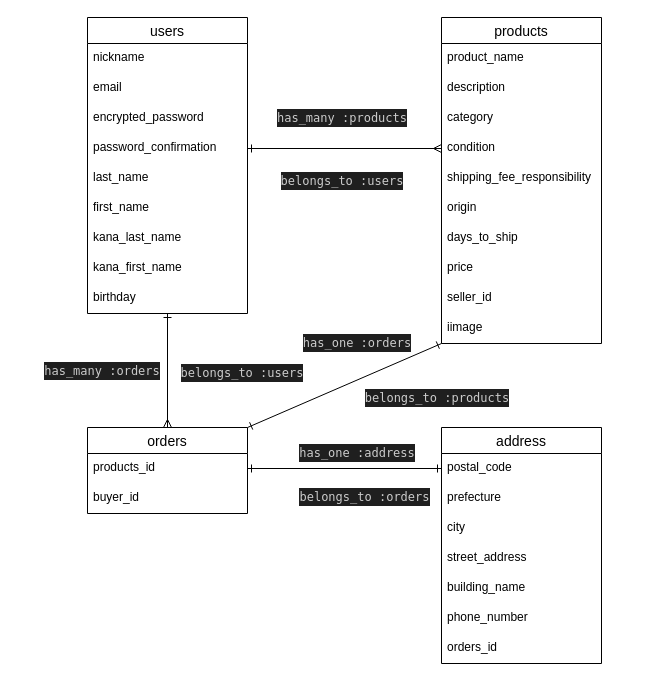
This is furima.dio from aaoaao0205/furima-39625, a draw.io file, before an edit. Source tidied: cells renumbered, new cells numbered last; positions are measured from the earlier drawing's top-left corner, leaving out a move shared by most shapes. Both pictures are drawn from the tidied source at 100%, with x=0, y=0 at pixel (17, 17).
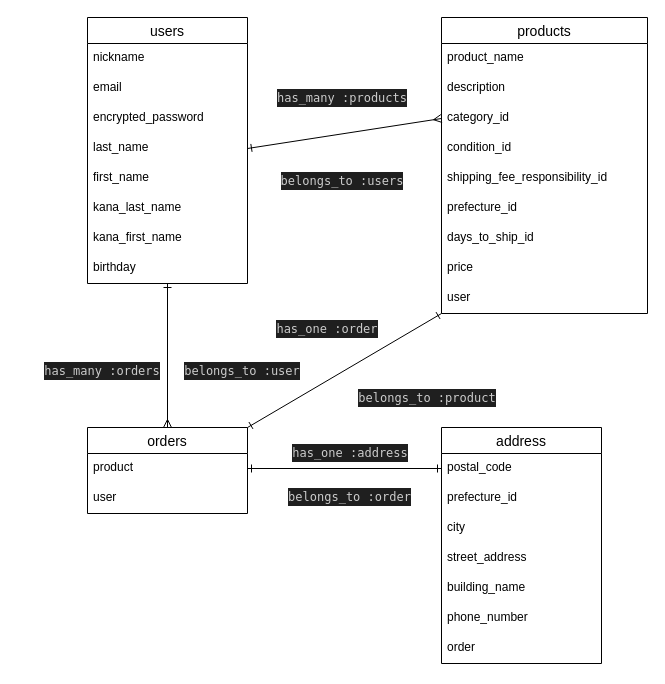
The same diagram, later.

The change refers to these unchanged cells:
```xml
<mxCell id="24" value="orders" style="swimlane;fontStyle=0;horizontal=1;startSize=26;align=center;fontSize=14;" parent="1" vertex="1">
  <mxGeometry x="70" y="410" width="160" height="86" as="geometry" />
</mxCell>
<mxCell id="30" value="address" style="swimlane;fontStyle=0;horizontal=1;startSize=26;align=center;fontSize=14;" parent="1" vertex="1">
  <mxGeometry x="424" y="410" width="160" height="236" as="geometry" />
</mxCell>
```

Diff of the diagram source:
```diff
@@
     <mxCell id="2" value="users" style="swimlane;fontStyle=0;horizontal=1;startSize=26;align=center;fontSize=14;" parent="1" vertex="1">
-      <mxGeometry x="70" width="160" height="296" as="geometry" />
+      <mxGeometry x="70" width="160" height="266" as="geometry" />
     </mxCell>
@@
-    <mxCell id="6" value="password_confirmation" style="text;strokeColor=none;fillColor=none;spacingLeft=4;spacingRight=4;overflow=hidden;points=[[0,0.5],[1,0.5]];portConstraint=eastwest;fontSize=12;" parent="2" vertex="1">
-      <mxGeometry y="116" width="160" height="30" as="geometry" />
-    </mxCell>
     <mxCell id="7" value="last_name" style="text;strokeColor=none;fillColor=none;spacingLeft=4;spacingRight=4;overflow=hidden;fontSize=12;" parent="2" vertex="1">
-      <mxGeometry y="146" width="160" height="30" as="geometry" />
+      <mxGeometry y="116" width="160" height="30" as="geometry" />
     </mxCell>
     <mxCell id="8" value="first_name" style="text;strokeColor=none;fillColor=none;spacingLeft=4;spacingRight=4;overflow=hidden;fontSize=12;" parent="2" vertex="1">
-      <mxGeometry y="176" width="160" height="30" as="geometry" />
+      <mxGeometry y="146" width="160" height="30" as="geometry" />
     </mxCell>
     <mxCell id="9" value="kana_last_name" style="text;strokeColor=none;fillColor=none;spacingLeft=4;spacingRight=4;overflow=hidden;fontSize=12;" parent="2" vertex="1">
-      <mxGeometry y="206" width="160" height="30" as="geometry" />
+      <mxGeometry y="176" width="160" height="30" as="geometry" />
     </mxCell>
     <mxCell id="10" value="kana_first_name&#10;&#10;" style="text;strokeColor=none;fillColor=none;spacingLeft=4;spacingRight=4;overflow=hidden;fontSize=12;" parent="2" vertex="1">
-      <mxGeometry y="236" width="160" height="30" as="geometry" />
+      <mxGeometry y="206" width="160" height="30" as="geometry" />
     </mxCell>
     <mxCell id="11" value="birthday" style="text;strokeColor=none;fillColor=none;spacingLeft=4;spacingRight=4;overflow=hidden;points=[[0,0.5],[1,0.5]];portConstraint=eastwest;fontSize=12;" parent="2" vertex="1">
-      <mxGeometry y="266" width="160" height="30" as="geometry" />
+      <mxGeometry y="236" width="160" height="30" as="geometry" />
     </mxCell>
     <mxCell id="12" value="products" style="swimlane;fontStyle=0;horizontal=1;startSize=26;align=center;fontSize=14;" parent="1" vertex="1">
-      <mxGeometry x="424" width="160" height="326" as="geometry" />
+      <mxGeometry x="424" width="206" height="296" as="geometry" />
     </mxCell>
     <mxCell id="13" value="product_name" style="text;strokeColor=none;fillColor=none;spacingLeft=4;spacingRight=4;overflow=hidden;fontSize=12;" parent="12" vertex="1">
-      <mxGeometry y="26" width="160" height="30" as="geometry" />
+      <mxGeometry y="26" width="206" height="30" as="geometry" />
     </mxCell>
     <mxCell id="14" value="description" style="text;strokeColor=none;fillColor=none;spacingLeft=4;spacingRight=4;overflow=hidden;fontSize=12;" parent="12" vertex="1">
-      <mxGeometry y="56" width="160" height="30" as="geometry" />
+      <mxGeometry y="56" width="206" height="30" as="geometry" />
     </mxCell>
-    <mxCell id="15" value="category" style="text;strokeColor=none;fillColor=none;spacingLeft=4;spacingRight=4;overflow=hidden;fontSize=12;" parent="12" vertex="1">
-      <mxGeometry y="86" width="160" height="30" as="geometry" />
-    </mxCell>
-    <mxCell id="16" value="condition" style="text;strokeColor=none;fillColor=none;spacingLeft=4;spacingRight=4;overflow=hidden;points=[[0,0.5],[1,0.5]];portConstraint=eastwest;fontSize=12;" parent="12" vertex="1">
-      <mxGeometry y="116" width="160" height="30" as="geometry" />
+    <mxCell id="16" value="category_id" style="text;strokeColor=none;fillColor=none;spacingLeft=4;spacingRight=4;overflow=hidden;points=[[0,0.5],[1,0.5]];portConstraint=eastwest;fontSize=12;" parent="12" vertex="1">
+      <mxGeometry y="86" width="206" height="30" as="geometry" />
     </mxCell>
+    <mxCell id="46" value="condition_id" style="text;strokeColor=none;fillColor=none;spacingLeft=4;spacingRight=4;overflow=hidden;fontSize=12;" parent="12" vertex="1">
+      <mxGeometry y="116" width="206" height="30" as="geometry" />
+    </mxCell>
-    <mxCell id="17" value="shipping_fee_responsibility" style="text;strokeColor=none;fillColor=none;spacingLeft=4;spacingRight=4;overflow=hidden;fontSize=12;" parent="12" vertex="1">
-      <mxGeometry y="146" width="160" height="30" as="geometry" />
+    <mxCell id="17" value="shipping_fee_responsibility_id" style="text;strokeColor=none;fillColor=none;spacingLeft=4;spacingRight=4;overflow=hidden;fontSize=12;" parent="12" vertex="1">
+      <mxGeometry y="146" width="206" height="30" as="geometry" />
     </mxCell>
-    <mxCell id="18" value="origin" style="text;strokeColor=none;fillColor=none;spacingLeft=4;spacingRight=4;overflow=hidden;fontSize=12;" parent="12" vertex="1">
-      <mxGeometry y="176" width="160" height="30" as="geometry" />
+    <mxCell id="18" value="prefecture_id" style="text;strokeColor=none;fillColor=none;spacingLeft=4;spacingRight=4;overflow=hidden;fontSize=12;" parent="12" vertex="1">
+      <mxGeometry y="176" width="206" height="30" as="geometry" />
     </mxCell>
-    <mxCell id="19" value="days_to_ship" style="text;strokeColor=none;fillColor=none;spacingLeft=4;spacingRight=4;overflow=hidden;fontSize=12;" parent="12" vertex="1">
-      <mxGeometry y="206" width="160" height="30" as="geometry" />
+    <mxCell id="19" value="days_to_ship_id" style="text;strokeColor=none;fillColor=none;spacingLeft=4;spacingRight=4;overflow=hidden;fontSize=12;" parent="12" vertex="1">
+      <mxGeometry y="206" width="206" height="30" as="geometry" />
     </mxCell>
     <mxCell id="20" value="price&#10;&#10;" style="text;strokeColor=none;fillColor=none;spacingLeft=4;spacingRight=4;overflow=hidden;fontSize=12;" parent="12" vertex="1">
-      <mxGeometry y="236" width="160" height="30" as="geometry" />
+      <mxGeometry y="236" width="206" height="30" as="geometry" />
     </mxCell>
-    <mxCell id="21" value="seller_id&#10;" style="text;strokeColor=none;fillColor=none;spacingLeft=4;spacingRight=4;overflow=hidden;fontSize=12;" parent="12" vertex="1">
-      <mxGeometry y="266" width="160" height="30" as="geometry" />
+    <mxCell id="21" value="user" style="text;strokeColor=none;fillColor=none;spacingLeft=4;spacingRight=4;overflow=hidden;fontSize=12;" parent="12" vertex="1">
+      <mxGeometry y="266" width="206" height="30" as="geometry" />
     </mxCell>
-    <mxCell id="22" value="iimage" style="text;strokeColor=none;fillColor=none;spacingLeft=4;spacingRight=4;overflow=hidden;fontSize=12;" parent="12" vertex="1">
-      <mxGeometry y="296" width="160" height="30" as="geometry" />
-    </mxCell>
@@
-    <mxCell id="25" value="products_id" style="text;strokeColor=none;fillColor=none;spacingLeft=4;spacingRight=4;overflow=hidden;points=[[0,0.5],[1,0.5]];portConstraint=eastwest;fontSize=12;" parent="24" vertex="1">
+    <mxCell id="25" value="product" style="text;strokeColor=none;fillColor=none;spacingLeft=4;spacingRight=4;overflow=hidden;points=[[0,0.5],[1,0.5]];portConstraint=eastwest;fontSize=12;" parent="24" vertex="1">
       <mxGeometry y="26" width="160" height="30" as="geometry" />
     </mxCell>
-    <mxCell id="26" value="buyer_id" style="text;strokeColor=none;fillColor=none;spacingLeft=4;spacingRight=4;overflow=hidden;fontSize=12;" parent="24" vertex="1">
+    <mxCell id="26" value="user" style="text;strokeColor=none;fillColor=none;spacingLeft=4;spacingRight=4;overflow=hidden;fontSize=12;" parent="24" vertex="1">
       <mxGeometry y="56" width="160" height="30" as="geometry" />
     </mxCell>
-    <mxCell id="27" style="edgeStyle=none;html=1;exitX=1;exitY=0.5;exitDx=0;exitDy=0;entryX=0;entryY=0.5;entryDx=0;entryDy=0;endArrow=ERmany;endFill=0;startArrow=ERone;startFill=0;strokeWidth=1;jumpSize=6;" parent="1" edge="1" source="6" target="16">
-      <mxGeometry relative="1" as="geometry" />
+    <mxCell id="27" style="edgeStyle=none;html=1;exitX=1;exitY=0.5;exitDx=0;exitDy=0;entryX=0;entryY=0.5;entryDx=0;entryDy=0;endArrow=ERmany;endFill=0;startArrow=ERone;startFill=0;strokeWidth=1;jumpSize=6;" parent="1" edge="1" target="16">
+      <mxGeometry relative="1" as="geometry">
+        <mxPoint x="230" y="131" as="sourcePoint" />
+      </mxGeometry>
     </mxCell>
     <mxCell id="28" value="&lt;div style=&quot;color: rgb(204, 204, 204); background-color: rgb(31, 31, 31); font-family: Menlo, Monaco, &amp;quot;Courier New&amp;quot;, monospace; line-height: 18px;&quot;&gt;has_many :products&lt;/div&gt;" style="text;html=1;strokeColor=none;fillColor=none;align=center;verticalAlign=middle;whiteSpace=wrap;rounded=0;" parent="1" vertex="1">
-      <mxGeometry x="240" y="80" width="170" height="40" as="geometry" />
+      <mxGeometry x="240" y="60" width="170" height="40" as="geometry" />
     </mxCell>
@@
-    <mxCell id="32" value="prefecture" style="text;strokeColor=none;fillColor=none;spacingLeft=4;spacingRight=4;overflow=hidden;fontSize=12;" parent="30" vertex="1">
+    <mxCell id="32" value="prefecture_id" style="text;strokeColor=none;fillColor=none;spacingLeft=4;spacingRight=4;overflow=hidden;fontSize=12;" parent="30" vertex="1">
       <mxGeometry y="56" width="160" height="30" as="geometry" />
     </mxCell>
@@
-    <mxCell id="37" value="orders_id&#10;" style="text;strokeColor=none;fillColor=none;spacingLeft=4;spacingRight=4;overflow=hidden;fontSize=12;" parent="30" vertex="1">
+    <mxCell id="37" value="order" style="text;strokeColor=none;fillColor=none;spacingLeft=4;spacingRight=4;overflow=hidden;fontSize=12;" parent="30" vertex="1">
       <mxGeometry y="206" width="160" height="30" as="geometry" />
     </mxCell>
@@
-    <mxCell id="41" value="&lt;div style=&quot;color: rgb(204, 204, 204); background-color: rgb(31, 31, 31); font-family: Menlo, Monaco, &amp;quot;Courier New&amp;quot;, monospace; line-height: 18px;&quot;&gt;has_one :orders&lt;/div&gt;" style="text;html=1;strokeColor=none;fillColor=none;align=center;verticalAlign=middle;whiteSpace=wrap;rounded=0;" parent="1" vertex="1">
-      <mxGeometry x="280" y="310" width="120" height="30" as="geometry" />
+    <mxCell id="41" value="&lt;div style=&quot;color: rgb(204, 204, 204); background-color: rgb(31, 31, 31); font-family: Menlo, Monaco, &amp;quot;Courier New&amp;quot;, monospace; line-height: 18px;&quot;&gt;has_one :order&lt;/div&gt;" style="text;html=1;strokeColor=none;fillColor=none;align=center;verticalAlign=middle;whiteSpace=wrap;rounded=0;" parent="1" vertex="1">
+      <mxGeometry x="250" y="296" width="120" height="30" as="geometry" />
     </mxCell>
-    <mxCell id="42" value="&lt;div style=&quot;color: rgb(204, 204, 204); background-color: rgb(31, 31, 31); font-family: Menlo, Monaco, &amp;quot;Courier New&amp;quot;, monospace; line-height: 18px;&quot;&gt;belongs_to :users&lt;/div&gt;" style="text;html=1;strokeColor=none;fillColor=none;align=center;verticalAlign=middle;whiteSpace=wrap;rounded=0;" parent="1" vertex="1">
-      <mxGeometry x="140" y="340" width="170" height="30" as="geometry" />
+    <mxCell id="42" value="&lt;div style=&quot;color: rgb(204, 204, 204); background-color: rgb(31, 31, 31); font-family: Menlo, Monaco, &amp;quot;Courier New&amp;quot;, monospace; line-height: 18px;&quot;&gt;belongs_to :user&lt;/div&gt;" style="text;html=1;strokeColor=none;fillColor=none;align=center;verticalAlign=middle;whiteSpace=wrap;rounded=0;" parent="1" vertex="1">
+      <mxGeometry x="140" y="338" width="170" height="30" as="geometry" />
     </mxCell>
-    <mxCell id="43" value="&lt;div style=&quot;color: rgb(204, 204, 204); background-color: rgb(31, 31, 31); font-family: Menlo, Monaco, &amp;quot;Courier New&amp;quot;, monospace; line-height: 18px;&quot;&gt;belongs_to :products&lt;/div&gt;" style="text;html=1;strokeColor=none;fillColor=none;align=center;verticalAlign=middle;whiteSpace=wrap;rounded=0;" parent="1" vertex="1">
-      <mxGeometry x="330" y="370" width="180" height="20" as="geometry" />
+    <mxCell id="43" value="&lt;div style=&quot;color: rgb(204, 204, 204); background-color: rgb(31, 31, 31); font-family: Menlo, Monaco, &amp;quot;Courier New&amp;quot;, monospace; line-height: 18px;&quot;&gt;belongs_to :product&lt;/div&gt;" style="text;html=1;strokeColor=none;fillColor=none;align=center;verticalAlign=middle;whiteSpace=wrap;rounded=0;" parent="1" vertex="1">
+      <mxGeometry x="320" y="370" width="180" height="20" as="geometry" />
     </mxCell>
     <mxCell id="44" value="&lt;div style=&quot;color: rgb(204, 204, 204); background-color: rgb(31, 31, 31); font-family: Menlo, Monaco, &amp;quot;Courier New&amp;quot;, monospace; line-height: 18px;&quot;&gt;has_one :address&lt;/div&gt;" style="text;html=1;strokeColor=none;fillColor=none;align=center;verticalAlign=middle;whiteSpace=wrap;rounded=0;" parent="1" vertex="1">
-      <mxGeometry x="280" y="420" width="120" height="30" as="geometry" />
+      <mxGeometry x="272.5" y="420" width="120" height="30" as="geometry" />
     </mxCell>
-    <mxCell id="45" value="&lt;div style=&quot;color: rgb(204, 204, 204); background-color: rgb(31, 31, 31); font-family: Menlo, Monaco, &amp;quot;Courier New&amp;quot;, monospace; line-height: 18px;&quot;&gt;belongs_to :orders&lt;/div&gt;" style="text;html=1;strokeColor=none;fillColor=none;align=center;verticalAlign=middle;whiteSpace=wrap;rounded=0;" parent="1" vertex="1">
-      <mxGeometry x="280" y="462" width="135" height="34" as="geometry" />
+    <mxCell id="45" value="&lt;div style=&quot;color: rgb(204, 204, 204); background-color: rgb(31, 31, 31); font-family: Menlo, Monaco, &amp;quot;Courier New&amp;quot;, monospace; line-height: 18px;&quot;&gt;belongs_to :order&lt;/div&gt;" style="text;html=1;strokeColor=none;fillColor=none;align=center;verticalAlign=middle;whiteSpace=wrap;rounded=0;" parent="1" vertex="1">
+      <mxGeometry x="265" y="462" width="135" height="34" as="geometry" />
     </mxCell>
```
